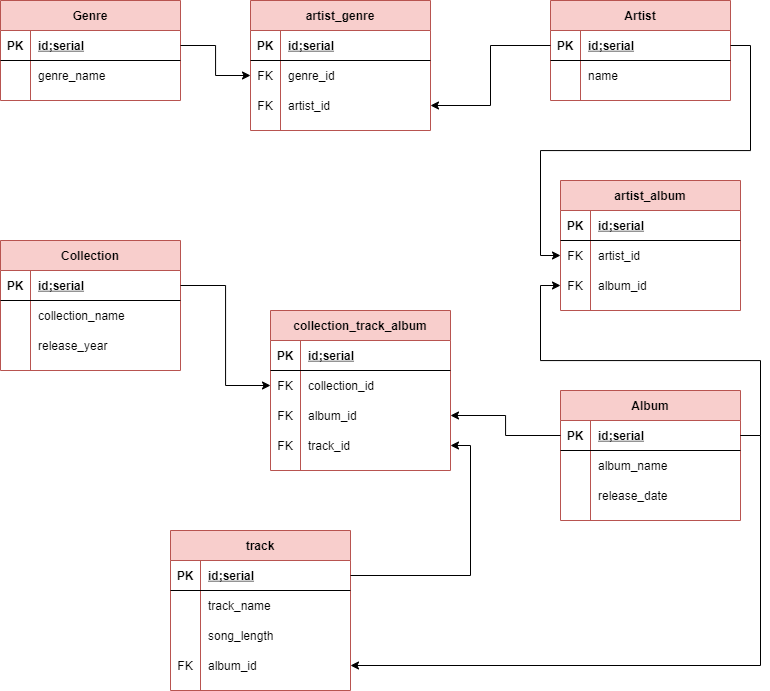
Above: диаграмма.png in Dashaaa1995/database-design (draw.io), before the change. Source tidied: cells renumbered, new cells last; positions are measured from the earlier drawing's top-left corner, leaving out a move shared by most shapes.
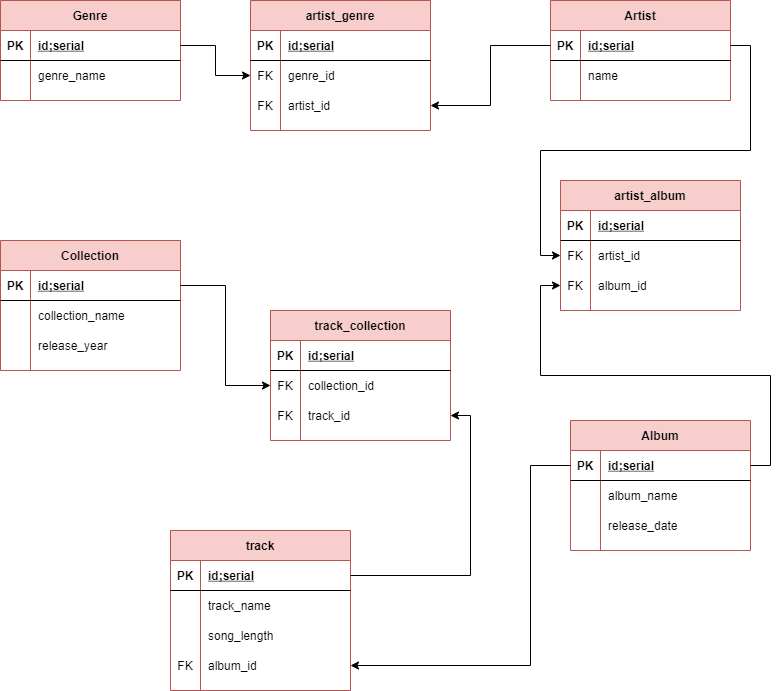
The same diagram one commit later.

Diff of the diagram source:
```diff
@@ -104,8 +104,8 @@
     <mxCell id="35" value="release_year" style="shape=partialRectangle;fillColor=none;top=0;left=0;bottom=0;right=0;align=left;spacingLeft=6;overflow=hidden;fontColor=default;" parent="33" vertex="1">
       <mxGeometry x="30" width="150" height="30" as="geometry" />
     </mxCell>
-    <mxCell id="36" value="collection_track_album" style="shape=table;startSize=30;rowLines=0;fontStyle=1;align=center;fillColor=#f8cecc;strokeColor=#b85450;fontColor=default;" parent="1" vertex="1">
-      <mxGeometry x="270" y="310" width="180" height="160" as="geometry" />
+    <mxCell id="36" value="track_collection" style="shape=table;startSize=30;rowLines=0;fontStyle=1;align=center;fillColor=#f8cecc;strokeColor=#b85450;fontColor=default;" parent="1" vertex="1">
+      <mxGeometry x="270" y="310" width="180" height="130" as="geometry" />
     </mxCell>
     <mxCell id="37" style="shape=partialRectangle;fillColor=none;top=0;left=0;bottom=1;right=0;" parent="36" vertex="1">
       <mxGeometry y="30" width="180" height="30" as="geometry" />
@@ -125,17 +125,8 @@
     <mxCell id="42" value="collection_id" style="shape=partialRectangle;fillColor=none;top=0;left=0;bottom=0;right=0;align=left;spacingLeft=6;overflow=hidden;fontColor=default;" parent="40" vertex="1">
       <mxGeometry x="30" width="150" height="30" as="geometry" />
     </mxCell>
-    <mxCell id="43" style="shape=partialRectangle;fillColor=none;top=0;left=0;bottom=0;right=0;points=[[0,0.5],[1,0.5]];portConstraint=eastwest;" parent="36" vertex="1">
-      <mxGeometry y="90" width="180" height="30" as="geometry" />
-    </mxCell>
-    <mxCell id="44" value="FK" style="shape=partialRectangle;fillColor=none;top=0;left=0;bottom=0;right=0;overflow=hidden;fontColor=default;" parent="43" vertex="1">
-      <mxGeometry width="30" height="30" as="geometry" />
-    </mxCell>
-    <mxCell id="45" value="album_id" style="shape=partialRectangle;fillColor=none;top=0;left=0;bottom=0;right=0;align=left;spacingLeft=6;overflow=hidden;fontColor=default;" parent="43" vertex="1">
-      <mxGeometry x="30" width="150" height="30" as="geometry" />
-    </mxCell>
     <mxCell id="46" style="shape=partialRectangle;fillColor=none;top=0;left=0;bottom=0;right=0;points=[[0,0.5],[1,0.5]];portConstraint=eastwest;" parent="36" vertex="1">
-      <mxGeometry y="120" width="180" height="30" as="geometry" />
+      <mxGeometry y="90" width="180" height="30" as="geometry" />
     </mxCell>
     <mxCell id="47" value="FK" style="shape=partialRectangle;fillColor=none;top=0;left=0;bottom=0;right=0;overflow=hidden;fontColor=default;" parent="46" vertex="1">
       <mxGeometry width="30" height="30" as="geometry" />
@@ -144,7 +135,7 @@
       <mxGeometry x="30" width="150" height="30" as="geometry" />
     </mxCell>
     <mxCell id="49" value="Album" style="shape=table;startSize=30;rowLines=0;fontStyle=1;align=center;fillColor=#f8cecc;strokeColor=#b85450;fontColor=default;" parent="1" vertex="1">
-      <mxGeometry x="560" y="390" width="180" height="130" as="geometry" />
+      <mxGeometry x="570" y="420" width="180" height="130" as="geometry" />
     </mxCell>
     <mxCell id="50" style="shape=partialRectangle;fillColor=none;top=0;left=0;bottom=1;right=0;points=[[0,0.5],[1,0.5]];portConstraint=eastwest;" parent="49" vertex="1">
       <mxGeometry y="30" width="180" height="30" as="geometry" />
@@ -251,20 +242,22 @@
     <mxCell id="84" style="edgeStyle=orthogonalEdgeStyle;rounded=0;jettySize=auto;html=1;exitX=1;exitY=0.5;exitDx=0;exitDy=0;entryX=0;entryY=0.5;entryDx=0;entryDy=0;labelBackgroundColor=default;fontColor=default;strokeColor=default;" parent="1" edge="1" source="27" target="40">
       <mxGeometry relative="1" as="geometry" />
     </mxCell>
-    <mxCell id="85" style="edgeStyle=orthogonalEdgeStyle;rounded=0;jettySize=auto;html=1;exitX=0;exitY=0.5;exitDx=0;exitDy=0;entryX=1;entryY=0.5;entryDx=0;entryDy=0;labelBackgroundColor=default;fontColor=default;strokeColor=default;" parent="1" edge="1" source="50" target="43">
-      <mxGeometry relative="1" as="geometry" />
-    </mxCell>
     <mxCell id="86" style="edgeStyle=orthogonalEdgeStyle;rounded=0;jettySize=auto;html=1;exitX=1;exitY=0.5;exitDx=0;exitDy=0;entryX=0;entryY=0.5;entryDx=0;entryDy=0;labelBackgroundColor=default;fontColor=default;strokeColor=default;" parent="1" edge="1" source="20" target="76">
       <mxGeometry relative="1" as="geometry" />
     </mxCell>
     <mxCell id="87" style="edgeStyle=orthogonalEdgeStyle;rounded=0;jettySize=auto;html=1;exitX=1;exitY=0.5;exitDx=0;exitDy=0;entryX=0;entryY=0.5;entryDx=0;entryDy=0;labelBackgroundColor=default;fontColor=default;strokeColor=default;" parent="1" edge="1" source="50" target="79">
       <mxGeometry relative="1" as="geometry" />
     </mxCell>
+    <mxCell id="89" style="edgeStyle=orthogonalEdgeStyle;rounded=0;jettySize=auto;html=1;exitX=1;exitY=0.5;exitDx=0;exitDy=0;entryX=1;entryY=0.5;entryDx=0;entryDy=0;labelBackgroundColor=default;fontColor=default;strokeColor=default;" parent="1" edge="1" source="60" target="46">
+      <mxGeometry relative="1" as="geometry" />
+    </mxCell>
-    <mxCell id="88" style="edgeStyle=orthogonalEdgeStyle;rounded=0;jettySize=auto;html=1;exitX=1;exitY=0.5;exitDx=0;exitDy=0;labelBackgroundColor=default;fontColor=default;strokeColor=default;" parent="1" edge="1" source="50" target="69">
-      <mxGeometry relative="1" as="geometry" />
+    <mxCell id="88" style="edgeStyle=orthogonalEdgeStyle;rounded=0;jettySize=auto;html=1;exitX=0;exitY=0.5;exitDx=0;exitDy=0;entryX=1;entryY=0.5;entryDx=0;entryDy=0;fontColor=default;strokeColor=default;labelBackgroundColor=default;" parent="1" edge="1" source="50" target="69">
+      <mxGeometry relative="1" as="geometry">
+        <Array as="points">
+          <mxPoint x="530" y="465" />
+          <mxPoint x="530" y="665" />
+        </Array>
+      </mxGeometry>
     </mxCell>
-    <mxCell id="89" style="edgeStyle=orthogonalEdgeStyle;rounded=0;jettySize=auto;html=1;exitX=1;exitY=0.5;exitDx=0;exitDy=0;entryX=1;entryY=0.5;entryDx=0;entryDy=0;labelBackgroundColor=default;fontColor=default;strokeColor=default;" parent="1" edge="1" source="60" target="46">
-      <mxGeometry relative="1" as="geometry" />
-    </mxCell>
   </root>
 </mxGraphModel>
```
